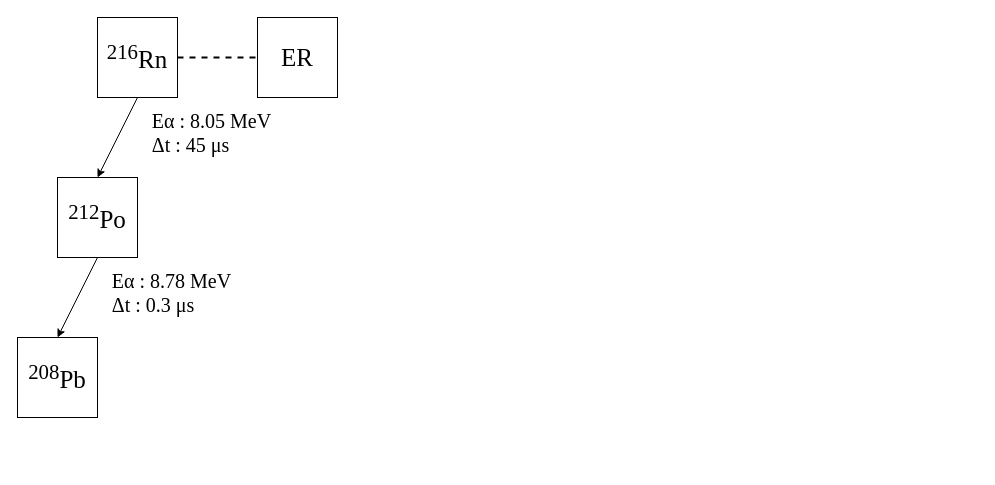
The draw.io diagram XMLfile/名称未設定ファイル.drawio in Kohta-jp/graph, before the edit. Source tidied: cells renumbered, new cells numbered last; positions are measured from the earlier drawing's top-left corner, leaving out a move shared by most shapes. Both pictures are drawn from the tidied source at 100%, with x=0, y=0 at pixel (17, 17).
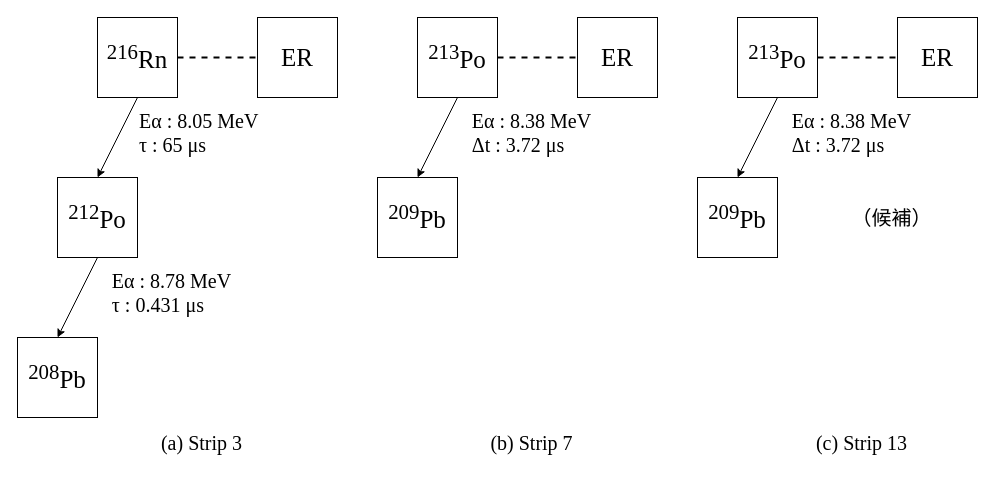
The same page after the edit.

Commit message:
名称未設定ファイル.drawio を更新します

Change to the diagram source:
```diff
@@
-    <mxCell id="9" value="&lt;font style=&quot;font-size: 20px;&quot;&gt;Eα : 8.05 MeV&lt;br style=&quot;font-size: 20px;&quot;&gt;&lt;div style=&quot;text-align: left; font-size: 20px;&quot;&gt;&lt;span style=&quot;background-color: initial; font-size: 20px;&quot;&gt;Δt : 45 μs&lt;/span&gt;&lt;/div&gt;&lt;/font&gt;" style="text;html=1;strokeColor=none;fillColor=none;align=center;verticalAlign=middle;whiteSpace=wrap;rounded=0;labelPosition=center;verticalLabelPosition=middle;spacing=2;fontFamily=Times New Roman;fontSize=20;" parent="1" vertex="1">
+    <mxCell id="9" value="&lt;font style=&quot;font-size: 20px;&quot;&gt;Eα : 8.05 MeV&lt;br style=&quot;font-size: 20px;&quot;&gt;&lt;div style=&quot;font-size: 20px;&quot;&gt;&lt;span style=&quot;background-color: initial; font-size: 20px;&quot;&gt;τ : 65 μs&lt;/span&gt;&lt;/div&gt;&lt;/font&gt;" style="text;html=1;strokeColor=none;fillColor=none;align=left;verticalAlign=middle;whiteSpace=wrap;rounded=0;labelPosition=center;verticalLabelPosition=middle;spacing=2;fontFamily=Times New Roman;fontSize=20;" parent="1" vertex="1">
       <mxGeometry x="120" y="90" width="149" height="50" as="geometry" />
     </mxCell>
-    <mxCell id="10" value="&lt;font style=&quot;font-size: 20px;&quot;&gt;Eα : 8.78 MeV&lt;br style=&quot;font-size: 20px;&quot;&gt;&lt;div style=&quot;text-align: left; font-size: 20px;&quot;&gt;&lt;span style=&quot;background-color: initial; font-size: 20px;&quot;&gt;Δt : 0.3&lt;/span&gt;&lt;span style=&quot;background-color: initial; font-size: 20px;&quot;&gt;&amp;nbsp;μs&lt;/span&gt;&lt;/div&gt;&lt;/font&gt;" style="text;html=1;strokeColor=none;fillColor=none;align=center;verticalAlign=middle;whiteSpace=wrap;rounded=0;labelPosition=center;verticalLabelPosition=middle;spacing=2;fontFamily=Times New Roman;fontSize=20;" parent="1" vertex="1">
+    <mxCell id="10" value="&lt;font style=&quot;font-size: 20px;&quot;&gt;Eα : 8.78 MeV&lt;br style=&quot;font-size: 20px;&quot;&gt;&lt;div style=&quot;text-align: left; font-size: 20px;&quot;&gt;&lt;span style=&quot;background-color: initial;&quot;&gt;τ&lt;/span&gt;&lt;span style=&quot;background-color: initial; font-size: 20px;&quot;&gt;&amp;nbsp;: 0.431&lt;/span&gt;&lt;span style=&quot;background-color: initial;&quot;&gt;&amp;nbsp;μs&lt;/span&gt;&lt;/div&gt;&lt;/font&gt;" style="text;html=1;strokeColor=none;fillColor=none;align=center;verticalAlign=middle;whiteSpace=wrap;rounded=0;labelPosition=center;verticalLabelPosition=middle;spacing=2;fontFamily=Times New Roman;fontSize=20;" parent="1" vertex="1">
       <mxGeometry x="80" y="250" width="149" height="50" as="geometry" />
     </mxCell>
+    <mxCell id="11" value="(a) Strip 3" style="text;html=1;strokeColor=none;fillColor=none;align=center;verticalAlign=middle;whiteSpace=wrap;rounded=0;labelPosition=center;verticalLabelPosition=middle;spacing=2;fontFamily=Times New Roman;fontSize=20;" parent="1" vertex="1">
+      <mxGeometry x="110" y="400" width="149" height="50" as="geometry" />
+    </mxCell>
+    <mxCell id="12" value="ER" style="whiteSpace=wrap;html=1;fontFamily=Times New Roman;fontSize=25;" parent="1" vertex="1">
+      <mxGeometry x="560" width="80" height="80" as="geometry" />
+    </mxCell>
+    <mxCell id="13" style="endArrow=none;dashed=1;html=1;rounded=0;endSize=6;strokeWidth=2;" parent="1" edge="1">
+      <mxGeometry relative="1" as="geometry">
+        <mxPoint x="480" y="40" as="sourcePoint" />
+        <mxPoint x="560" y="40" as="targetPoint" />
+      </mxGeometry>
+    </mxCell>
+    <mxCell id="14" value="&lt;sup&gt;213&lt;/sup&gt;Po" style="whiteSpace=wrap;html=1;fontFamily=Times New Roman;fontSize=25;" parent="1" vertex="1">
+      <mxGeometry x="400" width="80" height="80" as="geometry" />
+    </mxCell>
+    <mxCell id="15" style="endArrow=classic;html=1;rounded=0;exitX=0;exitY=1;exitDx=0;exitDy=0;entryX=0.5;entryY=0;entryDx=0;entryDy=0;" parent="1" edge="1" target="16">
+      <mxGeometry relative="1" as="geometry">
+        <mxPoint x="440" y="80" as="sourcePoint" />
+      </mxGeometry>
+    </mxCell>
+    <mxCell id="16" value="&lt;sup style=&quot;border-color: var(--border-color);&quot;&gt;209&lt;/sup&gt;Pb" style="whiteSpace=wrap;html=1;fontFamily=Times New Roman;fontSize=25;" parent="1" vertex="1">
+      <mxGeometry x="360" y="160" width="80" height="80" as="geometry" />
+    </mxCell>
+    <mxCell id="17" value="&lt;font style=&quot;font-size: 20px;&quot;&gt;Eα : 8.38 MeV&lt;br style=&quot;font-size: 20px;&quot;&gt;&lt;div style=&quot;text-align: left; font-size: 20px;&quot;&gt;&lt;span style=&quot;background-color: initial; font-size: 20px;&quot;&gt;Δt : 3.72&lt;/span&gt;&lt;span style=&quot;background-color: initial;&quot;&gt;&amp;nbsp;μs&lt;/span&gt;&lt;/div&gt;&lt;/font&gt;" style="text;html=1;strokeColor=none;fillColor=none;align=center;verticalAlign=middle;whiteSpace=wrap;rounded=0;labelPosition=center;verticalLabelPosition=middle;spacing=2;fontFamily=Times New Roman;fontSize=20;" parent="1" vertex="1">
+      <mxGeometry x="440" y="90" width="149" height="50" as="geometry" />
+    </mxCell>
+    <mxCell id="18" value="(b) Strip 7" style="text;html=1;strokeColor=none;fillColor=none;align=center;verticalAlign=middle;whiteSpace=wrap;rounded=0;labelPosition=center;verticalLabelPosition=middle;spacing=2;fontFamily=Times New Roman;fontSize=20;" parent="1" vertex="1">
+      <mxGeometry x="440" y="400" width="149" height="50" as="geometry" />
+    </mxCell>
+    <mxCell id="19" value="ER" style="whiteSpace=wrap;html=1;fontFamily=Times New Roman;fontSize=25;" parent="1" vertex="1">
+      <mxGeometry x="880" width="80" height="80" as="geometry" />
+    </mxCell>
+    <mxCell id="20" style="endArrow=none;dashed=1;html=1;rounded=0;endSize=6;strokeWidth=2;" parent="1" edge="1">
+      <mxGeometry relative="1" as="geometry">
+        <mxPoint x="800" y="40" as="sourcePoint" />
+        <mxPoint x="880" y="40" as="targetPoint" />
+      </mxGeometry>
+    </mxCell>
+    <mxCell id="21" value="&lt;sup&gt;213&lt;/sup&gt;Po" style="whiteSpace=wrap;html=1;fontFamily=Times New Roman;fontSize=25;" parent="1" vertex="1">
+      <mxGeometry x="720" width="80" height="80" as="geometry" />
+    </mxCell>
+    <mxCell id="22" style="endArrow=classic;html=1;rounded=0;exitX=0;exitY=1;exitDx=0;exitDy=0;entryX=0.5;entryY=0;entryDx=0;entryDy=0;" parent="1" edge="1" target="23">
+      <mxGeometry relative="1" as="geometry">
+        <mxPoint x="760" y="80" as="sourcePoint" />
+      </mxGeometry>
+    </mxCell>
+    <mxCell id="23" value="&lt;sup style=&quot;border-color: var(--border-color);&quot;&gt;209&lt;/sup&gt;Pb" style="whiteSpace=wrap;html=1;fontFamily=Times New Roman;fontSize=25;" parent="1" vertex="1">
+      <mxGeometry x="680" y="160" width="80" height="80" as="geometry" />
+    </mxCell>
+    <mxCell id="24" value="&lt;font style=&quot;font-size: 20px;&quot;&gt;Eα : 8.38 MeV&lt;br style=&quot;font-size: 20px;&quot;&gt;&lt;div style=&quot;text-align: left; font-size: 20px;&quot;&gt;&lt;span style=&quot;background-color: initial; font-size: 20px;&quot;&gt;Δt : 3.72&lt;/span&gt;&lt;span style=&quot;background-color: initial;&quot;&gt;&amp;nbsp;μs&lt;/span&gt;&lt;/div&gt;&lt;/font&gt;" style="text;html=1;strokeColor=none;fillColor=none;align=center;verticalAlign=middle;whiteSpace=wrap;rounded=0;labelPosition=center;verticalLabelPosition=middle;spacing=2;fontFamily=Times New Roman;fontSize=20;" parent="1" vertex="1">
+      <mxGeometry x="760" y="90" width="149" height="50" as="geometry" />
+    </mxCell>
+    <mxCell id="25" value="(c) Strip 13" style="text;html=1;strokeColor=none;fillColor=none;align=center;verticalAlign=middle;whiteSpace=wrap;rounded=0;labelPosition=center;verticalLabelPosition=middle;spacing=2;fontFamily=Times New Roman;fontSize=20;" parent="1" vertex="1">
+      <mxGeometry x="770" y="400" width="149" height="50" as="geometry" />
+    </mxCell>
+    <mxCell id="26" value="（候補）" style="text;html=1;strokeColor=none;fillColor=none;align=center;verticalAlign=middle;whiteSpace=wrap;rounded=0;labelPosition=center;verticalLabelPosition=middle;spacing=2;fontFamily=Times New Roman;fontSize=20;" parent="1" vertex="1">
+      <mxGeometry x="800" y="175" width="149" height="50" as="geometry" />
+    </mxCell>
```
